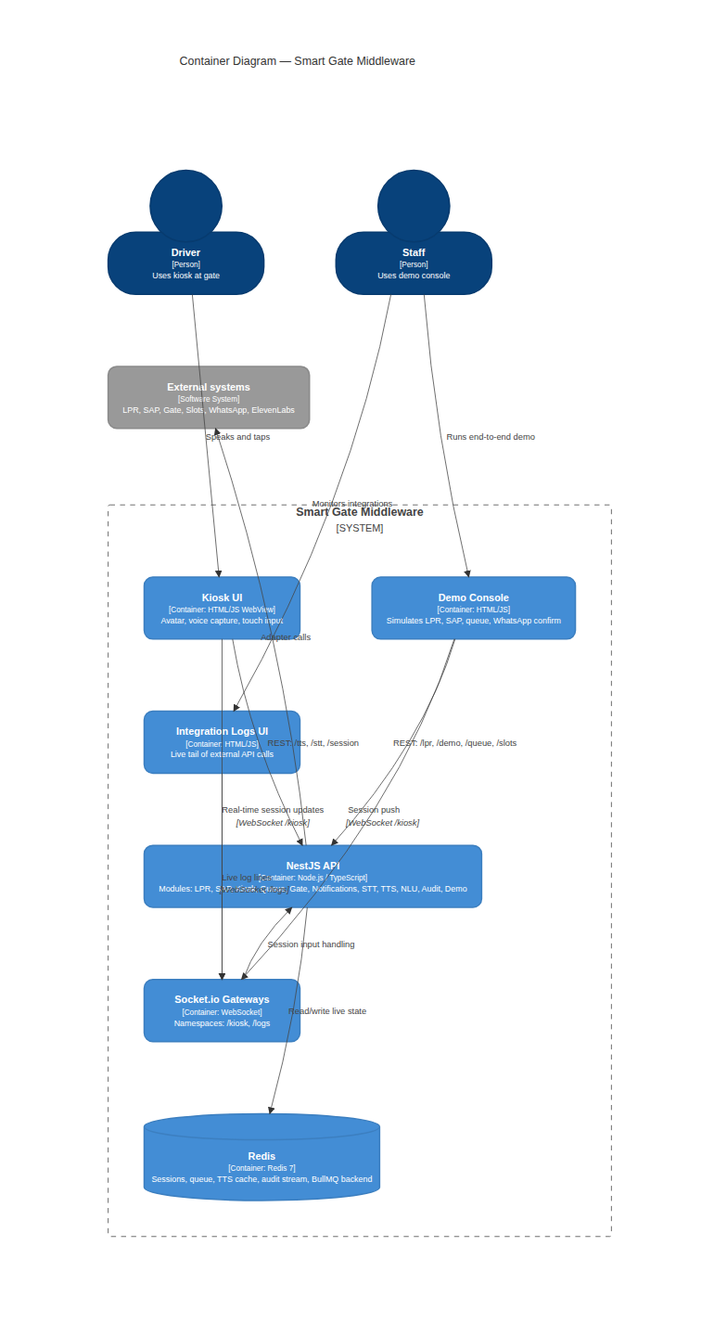
Before: docs/client/diagrams/02-containers.png, a diagram exported from Mermaid (MahmoudMater/Toyota-Smart-System). Its source is kept beside it as docs/client/diagrams/02-containers.mmd.
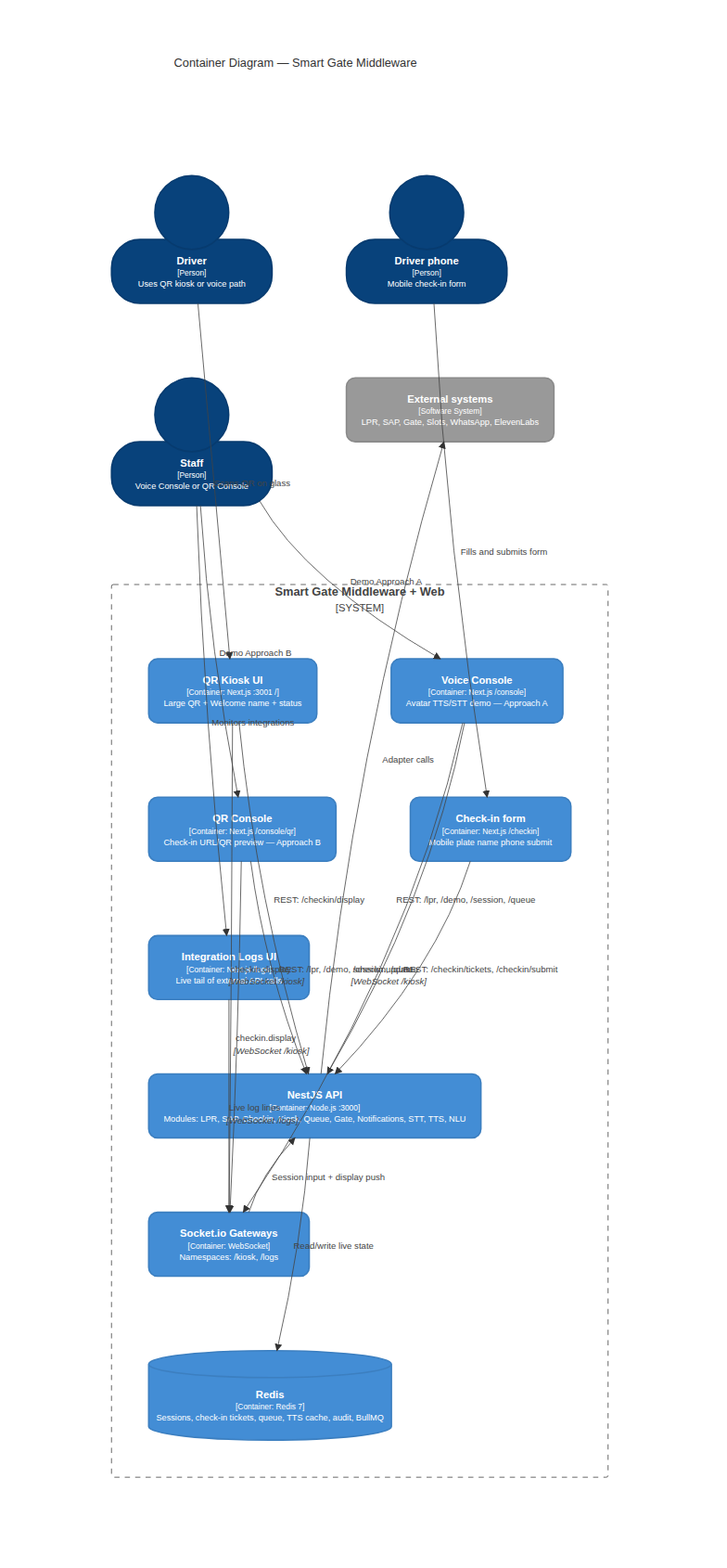
The same diagram one commit later.

Change to the diagram source:
```diff
@@ -1,28 +1,36 @@
 C4Container
     title Container Diagram — Smart Gate Middleware
 
-    Person(driver, "Driver", "Uses kiosk at gate")
-    Person(staff, "Staff", "Uses demo console")
+    Person(driver, "Driver", "Uses QR kiosk or voice path")
+    Person(phone, "Driver phone", "Mobile check-in form")
+    Person(staff, "Staff", "Voice Console or QR Console")
 
-    System_Boundary(mw, "Smart Gate Middleware") {
-        Container(kiosk_ui, "Kiosk UI", "HTML/JS WebView", "Avatar, voice capture, touch input")
-        Container(console_ui, "Demo Console", "HTML/JS", "Simulates LPR, SAP, queue, WhatsApp confirm")
-        Container(logs_ui, "Integration Logs UI", "HTML/JS", "Live tail of external API calls")
-        Container(nest, "NestJS API", "Node.js / TypeScript", "Modules: LPR, SAP, Kiosk, Queue, Gate, Notifications, STT, TTS, NLU, Audit, Demo")
+    System_Boundary(mw, "Smart Gate Middleware + Web") {
+        Container(kiosk_ui, "QR Kiosk UI", "Next.js :3001 /", "Large QR + Welcome name + status")
+        Container(voice_console, "Voice Console", "Next.js /console", "Avatar TTS/STT demo — Approach A")
+        Container(qr_console, "QR Console", "Next.js /console/qr", "Check-in URL/QR preview — Approach B")
+        Container(checkin_ui, "Check-in form", "Next.js /checkin", "Mobile plate name phone submit")
+        Container(logs_ui, "Integration Logs UI", "Next.js /logs", "Live tail of external API calls")
+        Container(nest, "NestJS API", "Node.js :3000", "Modules: LPR, SAP, Checkin, Kiosk, Queue, Gate, Notifications, STT, TTS, NLU")
         Container(socket, "Socket.io Gateways", "WebSocket", "Namespaces: /kiosk, /logs")
-        ContainerDb(redis, "Redis", "Redis 7", "Sessions, queue, TTS cache, audit stream, BullMQ backend")
+        ContainerDb(redis, "Redis", "Redis 7", "Sessions, check-in tickets, queue, TTS cache, audit, BullMQ")
     }
 
     System_Ext(ext, "External systems", "LPR, SAP, Gate, Slots, WhatsApp, ElevenLabs")
 
-    Rel(driver, kiosk_ui, "Speaks and taps")
-    Rel(staff, console_ui, "Runs end-to-end demo")
+    Rel(driver, kiosk_ui, "Scans QR on glass")
+    Rel(phone, checkin_ui, "Fills and submits form")
+    Rel(staff, voice_console, "Demo Approach A")
+    Rel(staff, qr_console, "Demo Approach B")
     Rel(staff, logs_ui, "Monitors integrations")
-    Rel(kiosk_ui, nest, "REST: /tts, /stt, /session")
-    Rel(kiosk_ui, socket, "Real-time session updates", "WebSocket /kiosk")
-    Rel(console_ui, nest, "REST: /lpr, /demo, /queue, /slots")
-    Rel(console_ui, socket, "Session push", "WebSocket /kiosk")
+    Rel(kiosk_ui, nest, "REST: /checkin/display")
+    Rel(kiosk_ui, socket, "checkin.display", "WebSocket /kiosk")
+    Rel(checkin_ui, nest, "REST: /checkin/tickets, /checkin/submit")
+    Rel(voice_console, nest, "REST: /lpr, /demo, /session, /queue")
+    Rel(voice_console, socket, "session.update", "WebSocket /kiosk")
+    Rel(qr_console, nest, "REST: /lpr, /demo, /checkin, /queue")
+    Rel(qr_console, socket, "checkin.display", "WebSocket /kiosk")
     Rel(logs_ui, socket, "Live log lines", "WebSocket /logs")
     Rel(nest, redis, "Read/write live state")
     Rel(nest, ext, "Adapter calls")
-    Rel(socket, nest, "Session input handling")
+    Rel(socket, nest, "Session input + display push")
```
